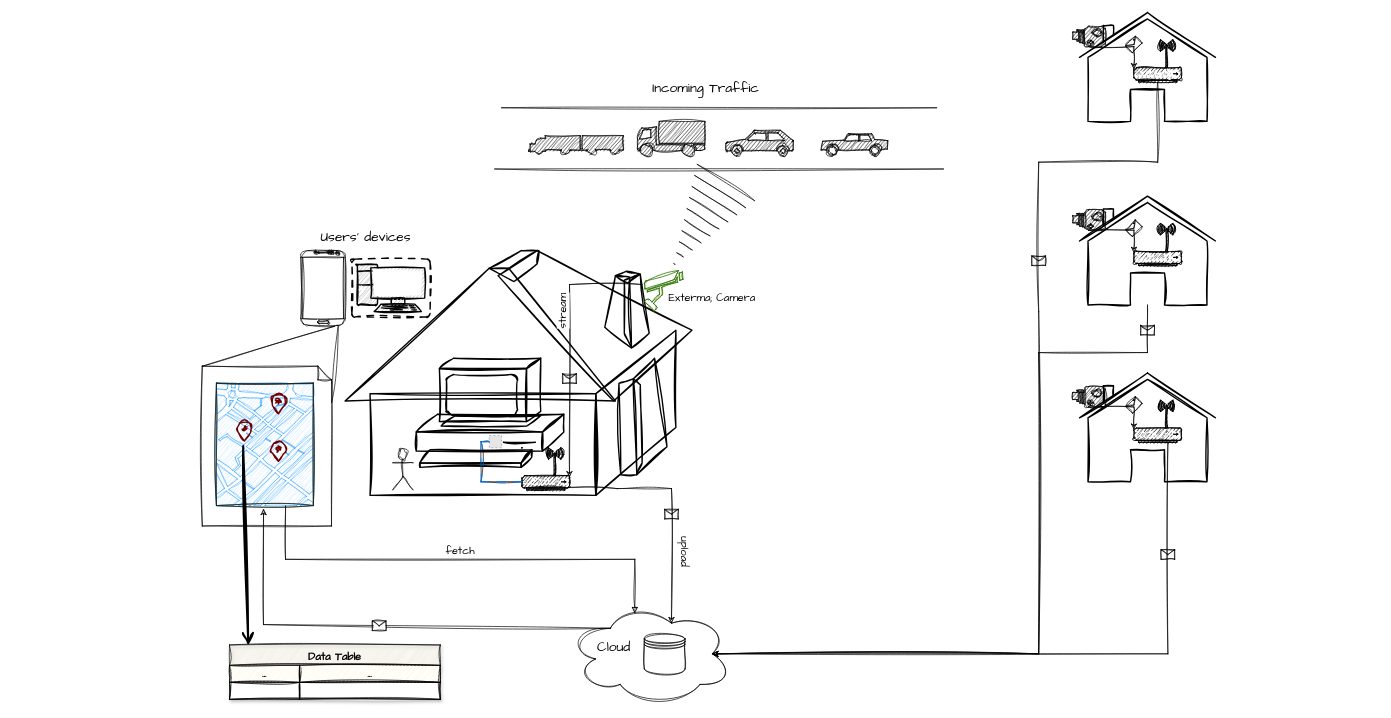
Above: sketch.drawio in Jeff-Barlow-Spady/CSTC (draw.io), before the change. Source tidied: cells renumbered, new cells numbered last; positions are measured from the earlier drawing's top-left corner, leaving out a move shared by most shapes. Both pictures are drawn from the tidied source at 68%, with x=0, y=0 at pixel (202, 12). Pictures stored in the file or linked from it are replaced by grey dashed boxes.
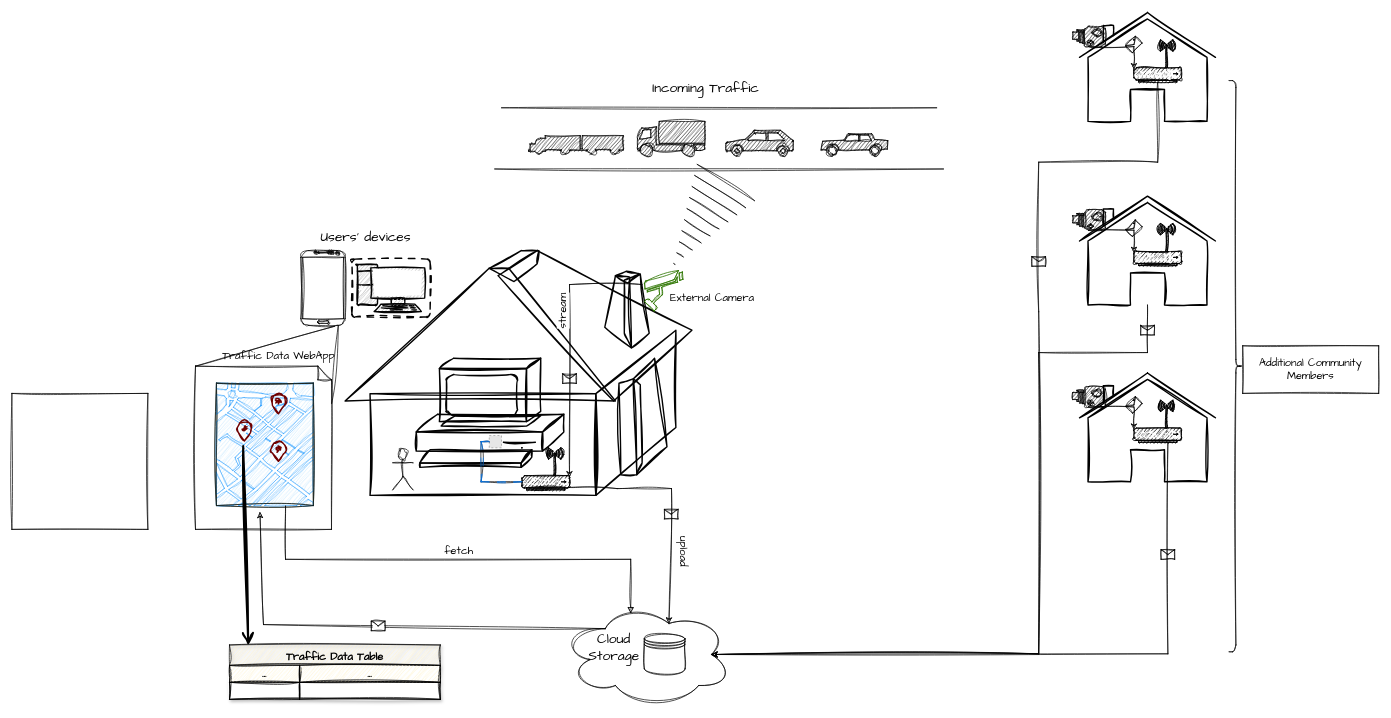
The same page after the edit.

Diff of the diagram source:
```diff
@@
     <mxCell id="2" style="ellipse;shape=cloud;whiteSpace=wrap;html=1;sketch=1;hachureGap=4;jiggle=2;curveFitting=1;strokeColor=#000000;fontFamily=Architects Daughter;fontSize=20;fillColor=none;gradientColor=none;" parent="1" vertex="1">
-      <mxGeometry x="540" y="868" width="240" height="150" as="geometry" />
+      <mxGeometry x="530" y="868" width="250" height="152" as="geometry" />
     </mxCell>
@@
-    <mxCell id="20" value="Data Table" style="shape=table;startSize=30;childLayout=tableLayout;fillColor=#fff2cc;strokeColor=#000000;fontStyle=1;shadow=1;swimlaneFillColor=#FFFFFF;fontColor=#000000;sketch=1;hachureGap=4;jiggle=2;curveFitting=1;fontFamily=Architects Daughter;fontSize=16;" parent="1" vertex="1">
+    <mxCell id="20" value="Traffic Data Table" style="shape=table;startSize=30;childLayout=tableLayout;fillColor=#fff2cc;strokeColor=#000000;fontStyle=1;shadow=1;swimlaneFillColor=#FFFFFF;fontColor=#000000;sketch=1;hachureGap=4;jiggle=2;curveFitting=1;fontFamily=Architects Daughter;fontSize=16;" parent="1" vertex="1">
       <mxGeometry x="40" y="930" width="310" height="80" as="geometry" />
     </mxCell>
@@
     <mxCell id="40" style="shape=note;size=20;whiteSpace=wrap;html=1;sketch=1;hachureGap=4;jiggle=2;curveFitting=1;strokeColor=#030303;fontFamily=Architects Daughter;fontSize=16;fillColor=none;gradientColor=none;align=left;" parent="1" vertex="1">
-      <mxGeometry y="520" width="190" height="235" as="geometry" />
+      <mxGeometry x="-10" y="520" width="200" height="240" as="geometry" />
     </mxCell>
@@
-    <mxCell id="43" value="Exterma; Camera" style="text;html=1;strokeColor=none;fillColor=none;align=center;verticalAlign=middle;whiteSpace=wrap;rounded=0;fontSize=16;fontFamily=Architects Daughter;" parent="1" vertex="1">
+    <mxCell id="43" value="External Camera" style="text;html=1;strokeColor=none;fillColor=none;align=center;verticalAlign=middle;whiteSpace=wrap;rounded=0;fontSize=16;fontFamily=Architects Daughter;" parent="1" vertex="1">
       <mxGeometry x="680" y="410" width="140" height="20" as="geometry" />
     </mxCell>
@@
-    <mxCell id="67" value="Cloud" style="text;html=1;align=center;verticalAlign=middle;strokeColor=none;fillColor=none;fontSize=20;fontFamily=Architects Daughter;" parent="1" vertex="1">
-      <mxGeometry x="570" y="913" width="70" height="40" as="geometry" />
+    <mxCell id="67" value="Cloud&lt;br&gt;Storage" style="text;html=1;align=center;verticalAlign=middle;strokeColor=none;fillColor=none;fontSize=20;fontFamily=Architects Daughter;" parent="1" vertex="1">
+      <mxGeometry x="555" y="903" width="100" height="60" as="geometry" />
     </mxCell>
+    <mxCell id="68" value="&lt;font style=&quot;font-size: 16px;&quot; face=&quot;Architects Daughter&quot;&gt;Additional Community Members&lt;/font&gt;" style="rounded=0;whiteSpace=wrap;html=1;sketch=1;" parent="1" vertex="1">
+      <mxGeometry x="1530" y="490" width="200" height="70" as="geometry" />
+    </mxCell>
+    <mxCell id="69" value="Traffic Data WebApp" style="text;html=1;align=center;verticalAlign=middle;strokeColor=none;fillColor=none;fontSize=16;fontFamily=Architects Daughter;" parent="1" vertex="1">
+      <mxGeometry x="17" y="490" width="190" height="30" as="geometry" />
+    </mxCell>
+    <mxCell id="70" style="whiteSpace=wrap;html=1;sketch=1;fontFamily=Architects Daughter;fontSize=16;" parent="1" vertex="1">
+      <mxGeometry x="-280" y="560" width="200" height="200" as="geometry" />
+    </mxCell>
+    <mxCell id="71" style="shape=curlyBracket;whiteSpace=wrap;html=1;rounded=1;flipH=1;sketch=1;fontFamily=Architects Daughter;fontSize=16;" parent="1" vertex="1">
+      <mxGeometry x="1510" y="100" width="20" height="840" as="geometry" />
+    </mxCell>
```
